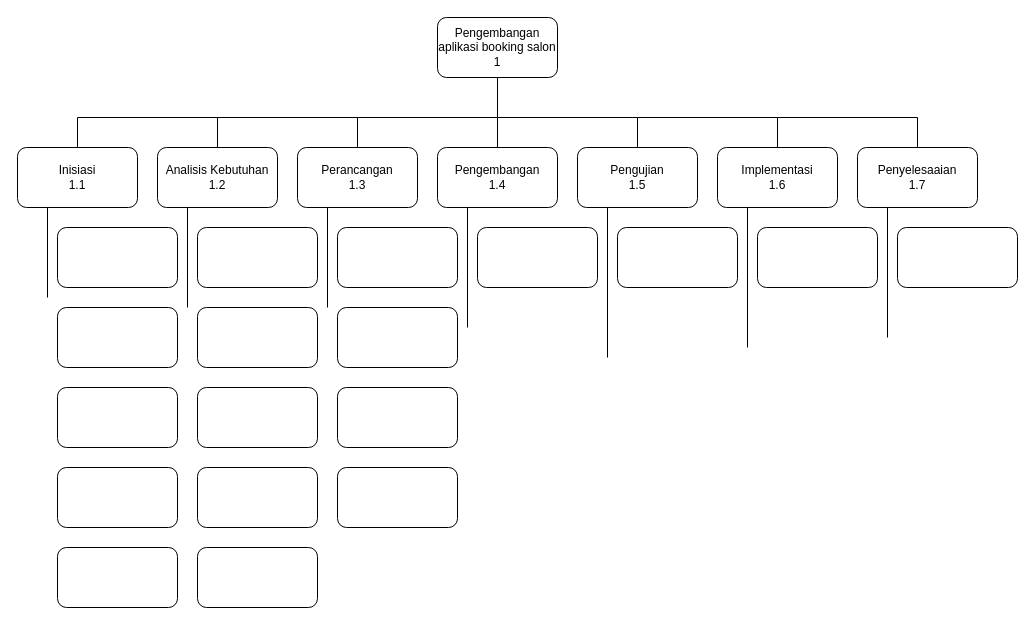
Earlier version of the draw.io diagram manpro.drawio (Nadanafisah676/Nadanafisah676). Source tidied: cells renumbered, new cells numbered last; positions are measured from the earlier drawing's top-left corner, leaving out a move shared by most shapes. Both pictures are drawn from the tidied source at 100%, with x=0, y=0 at pixel (17, 17).
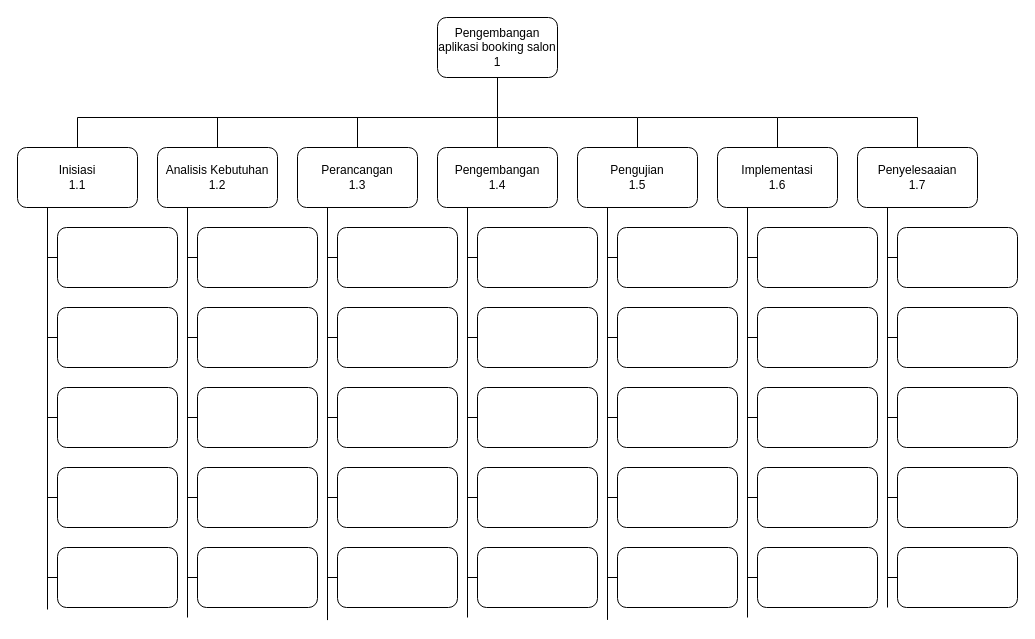
After the change.

The change refers to these unchanged cells:
```xml
<mxCell id="3" value="Perancangan&lt;div&gt;1.3&lt;/div&gt;" style="rounded=1;whiteSpace=wrap;html=1;" parent="1" vertex="1">
  <mxGeometry x="280" y="130" width="120" height="60" as="geometry" />
</mxCell>
<mxCell id="4" value="Pengembangan&lt;div&gt;1.4&lt;/div&gt;" style="rounded=1;whiteSpace=wrap;html=1;" parent="1" vertex="1">
  <mxGeometry x="420" y="130" width="120" height="60" as="geometry" />
</mxCell>
<mxCell id="5" value="Implementasi&lt;div&gt;1.6&lt;/div&gt;" style="rounded=1;whiteSpace=wrap;html=1;" parent="1" vertex="1">
  <mxGeometry x="700" y="130" width="120" height="60" as="geometry" />
</mxCell>
<mxCell id="6" value="Pengujian&lt;div&gt;1.5&lt;/div&gt;" style="rounded=1;whiteSpace=wrap;html=1;" parent="1" vertex="1">
  <mxGeometry x="560" y="130" width="120" height="60" as="geometry" />
</mxCell>
<mxCell id="7" value="Penyelesaaian&lt;div&gt;1.7&lt;/div&gt;" style="rounded=1;whiteSpace=wrap;html=1;" parent="1" vertex="1">
  <mxGeometry x="840" y="130" width="120" height="60" as="geometry" />
</mxCell>
<mxCell id="8" value="Inisiasi&lt;div&gt;1.1&lt;/div&gt;" style="rounded=1;whiteSpace=wrap;html=1;" parent="1" vertex="1">
  <mxGeometry y="130" width="120" height="60" as="geometry" />
</mxCell>
<mxCell id="9" value="Analisis Kebutuhan&lt;div&gt;1.2&lt;/div&gt;" style="rounded=1;whiteSpace=wrap;html=1;" parent="1" vertex="1">
  <mxGeometry x="140" y="130" width="120" height="60" as="geometry" />
</mxCell>
<mxCell id="18" style="rounded=1;whiteSpace=wrap;html=1;" parent="1" vertex="1">
  <mxGeometry x="40" y="210" width="120" height="60" as="geometry" />
</mxCell>
<mxCell id="19" style="rounded=1;whiteSpace=wrap;html=1;" parent="1" vertex="1">
  <mxGeometry x="180" y="210" width="120" height="60" as="geometry" />
</mxCell>
<mxCell id="21" style="rounded=1;whiteSpace=wrap;html=1;" parent="1" vertex="1">
  <mxGeometry x="460" y="210" width="120" height="60" as="geometry" />
</mxCell>
<mxCell id="22" style="rounded=1;whiteSpace=wrap;html=1;" parent="1" vertex="1">
  <mxGeometry x="600" y="210" width="120" height="60" as="geometry" />
</mxCell>
<mxCell id="23" style="rounded=1;whiteSpace=wrap;html=1;" parent="1" vertex="1">
  <mxGeometry x="740" y="210" width="120" height="60" as="geometry" />
</mxCell>
<mxCell id="24" style="rounded=1;whiteSpace=wrap;html=1;" parent="1" vertex="1">
  <mxGeometry x="880" y="210" width="120" height="60" as="geometry" />
</mxCell>
<mxCell id="32" style="rounded=1;whiteSpace=wrap;html=1;" parent="1" vertex="1">
  <mxGeometry x="40" y="290" width="120" height="60" as="geometry" />
</mxCell>
<mxCell id="33" style="rounded=1;whiteSpace=wrap;html=1;" parent="1" vertex="1">
  <mxGeometry x="40" y="370" width="120" height="60" as="geometry" />
</mxCell>
<mxCell id="34" style="rounded=1;whiteSpace=wrap;html=1;" parent="1" vertex="1">
  <mxGeometry x="40" y="450" width="120" height="60" as="geometry" />
</mxCell>
<mxCell id="35" style="rounded=1;whiteSpace=wrap;html=1;" parent="1" vertex="1">
  <mxGeometry x="40" y="530" width="120" height="60" as="geometry" />
</mxCell>
<mxCell id="36" style="rounded=1;whiteSpace=wrap;html=1;" parent="1" vertex="1">
  <mxGeometry x="180" y="290" width="120" height="60" as="geometry" />
</mxCell>
<mxCell id="37" style="rounded=1;whiteSpace=wrap;html=1;" parent="1" vertex="1">
  <mxGeometry x="180" y="370" width="120" height="60" as="geometry" />
</mxCell>
<mxCell id="38" style="rounded=1;whiteSpace=wrap;html=1;" parent="1" vertex="1">
  <mxGeometry x="180" y="450" width="120" height="60" as="geometry" />
</mxCell>
<mxCell id="39" style="rounded=1;whiteSpace=wrap;html=1;" parent="1" vertex="1">
  <mxGeometry x="180" y="530" width="120" height="60" as="geometry" />
</mxCell>
<mxCell id="40" style="rounded=1;whiteSpace=wrap;html=1;" parent="1" vertex="1">
  <mxGeometry x="320" y="290" width="120" height="60" as="geometry" />
</mxCell>
<mxCell id="41" style="rounded=1;whiteSpace=wrap;html=1;" parent="1" vertex="1">
  <mxGeometry x="320" y="370" width="120" height="60" as="geometry" />
</mxCell>
<mxCell id="42" style="rounded=1;whiteSpace=wrap;html=1;" parent="1" vertex="1">
  <mxGeometry x="320" y="450" width="120" height="60" as="geometry" />
</mxCell>
```

What changed in the source:
```diff
@@
     <mxCell id="25" style="endArrow=none;html=1;rounded=0;exitX=0.25;exitY=1;exitDx=0;exitDy=0;" parent="1" edge="1" source="8">
       <mxGeometry relative="1" as="geometry">
-        <mxPoint x="30" y="280" as="targetPoint" />
+        <mxPoint x="30" y="592" as="targetPoint" />
       </mxGeometry>
     </mxCell>
     <mxCell id="26" style="endArrow=none;html=1;rounded=0;exitX=0.25;exitY=1;exitDx=0;exitDy=0;" parent="1" edge="1" source="9">
       <mxGeometry relative="1" as="geometry">
-        <mxPoint x="170" y="290" as="targetPoint" />
+        <mxPoint x="170" y="600" as="targetPoint" />
       </mxGeometry>
     </mxCell>
     <mxCell id="27" style="endArrow=none;html=1;rounded=0;exitX=0.25;exitY=1;exitDx=0;exitDy=0;" parent="1" edge="1" source="3">
       <mxGeometry relative="1" as="geometry">
-        <mxPoint x="310" y="290" as="targetPoint" />
+        <mxPoint x="310" y="602.6" as="targetPoint" />
       </mxGeometry>
     </mxCell>
     <mxCell id="28" style="endArrow=none;html=1;rounded=0;exitX=0.25;exitY=1;exitDx=0;exitDy=0;" parent="1" edge="1" source="4">
       <mxGeometry relative="1" as="geometry">
-        <mxPoint x="450" y="310" as="targetPoint" />
+        <mxPoint x="450" y="600" as="targetPoint" />
       </mxGeometry>
     </mxCell>
     <mxCell id="29" style="endArrow=none;html=1;rounded=0;exitX=0.25;exitY=1;exitDx=0;exitDy=0;" parent="1" edge="1" source="6">
       <mxGeometry relative="1" as="geometry">
-        <mxPoint x="590" y="340" as="targetPoint" />
+        <mxPoint x="590" y="602.4" as="targetPoint" />
       </mxGeometry>
     </mxCell>
     <mxCell id="30" style="endArrow=none;html=1;rounded=0;exitX=0.25;exitY=1;exitDx=0;exitDy=0;" parent="1" edge="1" source="5">
       <mxGeometry relative="1" as="geometry">
-        <mxPoint x="730" y="330" as="targetPoint" />
+        <mxPoint x="730" y="600" as="targetPoint" />
       </mxGeometry>
     </mxCell>
     <mxCell id="31" style="endArrow=none;html=1;rounded=0;exitX=0.25;exitY=1;exitDx=0;exitDy=0;" parent="1" edge="1" source="7">
       <mxGeometry relative="1" as="geometry">
-        <mxPoint x="870" y="320" as="targetPoint" />
+        <mxPoint x="870" y="590" as="targetPoint" />
       </mxGeometry>
     </mxCell>
@@
+    <mxCell id="43" style="rounded=1;whiteSpace=wrap;html=1;" parent="1" vertex="1">
+      <mxGeometry x="320" y="530" width="120" height="60" as="geometry" />
+    </mxCell>
+    <mxCell id="44" style="endArrow=none;html=1;rounded=0;entryX=0;entryY=0.5;entryDx=0;entryDy=0;" parent="1" edge="1" target="18">
+      <mxGeometry relative="1" as="geometry">
+        <mxPoint x="30" y="240" as="sourcePoint" />
+      </mxGeometry>
+    </mxCell>
+    <mxCell id="45" style="endArrow=none;html=1;rounded=0;entryX=0;entryY=0.5;entryDx=0;entryDy=0;" parent="1" edge="1" target="32">
+      <mxGeometry relative="1" as="geometry">
+        <mxPoint x="30" y="320" as="sourcePoint" />
+      </mxGeometry>
+    </mxCell>
+    <mxCell id="46" style="endArrow=none;html=1;rounded=0;entryX=0;entryY=0.5;entryDx=0;entryDy=0;" parent="1" edge="1" target="33">
+      <mxGeometry relative="1" as="geometry">
+        <mxPoint x="30" y="400" as="sourcePoint" />
+      </mxGeometry>
+    </mxCell>
+    <mxCell id="47" style="endArrow=none;html=1;rounded=0;entryX=0;entryY=0.5;entryDx=0;entryDy=0;" parent="1" edge="1" target="34">
+      <mxGeometry relative="1" as="geometry">
+        <mxPoint x="30" y="480" as="sourcePoint" />
+      </mxGeometry>
+    </mxCell>
+    <mxCell id="48" style="endArrow=none;html=1;rounded=0;entryX=0;entryY=0.5;entryDx=0;entryDy=0;" parent="1" edge="1" target="35">
+      <mxGeometry relative="1" as="geometry">
+        <mxPoint x="30" y="560" as="sourcePoint" />
+      </mxGeometry>
+    </mxCell>
+    <mxCell id="49" style="rounded=1;whiteSpace=wrap;html=1;" parent="1" vertex="1">
+      <mxGeometry x="460" y="290" width="120" height="60" as="geometry" />
+    </mxCell>
+    <mxCell id="50" style="rounded=1;whiteSpace=wrap;html=1;" parent="1" vertex="1">
+      <mxGeometry x="460" y="370" width="120" height="60" as="geometry" />
+    </mxCell>
+    <mxCell id="51" style="rounded=1;whiteSpace=wrap;html=1;" parent="1" vertex="1">
+      <mxGeometry x="460" y="450" width="120" height="60" as="geometry" />
+    </mxCell>
+    <mxCell id="52" style="rounded=1;whiteSpace=wrap;html=1;" parent="1" vertex="1">
+      <mxGeometry x="460" y="530" width="120" height="60" as="geometry" />
+    </mxCell>
+    <mxCell id="53" style="rounded=1;whiteSpace=wrap;html=1;" parent="1" vertex="1">
+      <mxGeometry x="600" y="290" width="120" height="60" as="geometry" />
+    </mxCell>
+    <mxCell id="54" style="rounded=1;whiteSpace=wrap;html=1;" parent="1" vertex="1">
+      <mxGeometry x="600" y="370" width="120" height="60" as="geometry" />
+    </mxCell>
+    <mxCell id="55" style="rounded=1;whiteSpace=wrap;html=1;" parent="1" vertex="1">
+      <mxGeometry x="600" y="450" width="120" height="60" as="geometry" />
+    </mxCell>
+    <mxCell id="56" style="rounded=1;whiteSpace=wrap;html=1;" parent="1" vertex="1">
+      <mxGeometry x="600" y="530" width="120" height="60" as="geometry" />
+    </mxCell>
+    <mxCell id="57" style="rounded=1;whiteSpace=wrap;html=1;" parent="1" vertex="1">
+      <mxGeometry x="740" y="290" width="120" height="60" as="geometry" />
+    </mxCell>
+    <mxCell id="58" style="rounded=1;whiteSpace=wrap;html=1;" parent="1" vertex="1">
+      <mxGeometry x="740" y="370" width="120" height="60" as="geometry" />
+    </mxCell>
+    <mxCell id="59" style="rounded=1;whiteSpace=wrap;html=1;" parent="1" vertex="1">
+      <mxGeometry x="740" y="450" width="120" height="60" as="geometry" />
+    </mxCell>
+    <mxCell id="60" style="rounded=1;whiteSpace=wrap;html=1;" parent="1" vertex="1">
+      <mxGeometry x="740" y="530" width="120" height="60" as="geometry" />
+    </mxCell>
+    <mxCell id="61" style="rounded=1;whiteSpace=wrap;html=1;" parent="1" vertex="1">
+      <mxGeometry x="880" y="290" width="120" height="60" as="geometry" />
+    </mxCell>
+    <mxCell id="62" style="rounded=1;whiteSpace=wrap;html=1;" parent="1" vertex="1">
+      <mxGeometry x="880" y="370" width="120" height="60" as="geometry" />
+    </mxCell>
+    <mxCell id="63" style="rounded=1;whiteSpace=wrap;html=1;" parent="1" vertex="1">
+      <mxGeometry x="880" y="450" width="120" height="60" as="geometry" />
+    </mxCell>
+    <mxCell id="64" style="rounded=1;whiteSpace=wrap;html=1;" parent="1" vertex="1">
+      <mxGeometry x="880" y="530" width="120" height="60" as="geometry" />
+    </mxCell>
+    <mxCell id="65" style="endArrow=none;html=1;rounded=0;entryX=0;entryY=0.5;entryDx=0;entryDy=0;" parent="1" edge="1" target="19">
+      <mxGeometry relative="1" as="geometry">
+        <mxPoint x="170" y="240" as="sourcePoint" />
+      </mxGeometry>
+    </mxCell>
+    <mxCell id="66" style="endArrow=none;html=1;rounded=0;entryX=0;entryY=0.5;entryDx=0;entryDy=0;" parent="1" edge="1" target="36">
+      <mxGeometry relative="1" as="geometry">
+        <mxPoint x="170" y="320" as="sourcePoint" />
+      </mxGeometry>
+    </mxCell>
+    <mxCell id="67" style="endArrow=none;html=1;rounded=0;entryX=0;entryY=0.5;entryDx=0;entryDy=0;" parent="1" edge="1" target="37">
+      <mxGeometry relative="1" as="geometry">
+        <mxPoint x="170" y="400" as="sourcePoint" />
+      </mxGeometry>
+    </mxCell>
+    <mxCell id="68" style="endArrow=none;html=1;rounded=0;entryX=0;entryY=0.5;entryDx=0;entryDy=0;" parent="1" edge="1" target="38">
+      <mxGeometry relative="1" as="geometry">
+        <mxPoint x="170" y="480" as="sourcePoint" />
+      </mxGeometry>
+    </mxCell>
+    <mxCell id="69" style="endArrow=none;html=1;rounded=0;entryX=0;entryY=0.5;entryDx=0;entryDy=0;" parent="1" edge="1" target="39">
+      <mxGeometry relative="1" as="geometry">
+        <mxPoint x="170" y="560" as="sourcePoint" />
+      </mxGeometry>
+    </mxCell>
+    <mxCell id="70" style="endArrow=none;html=1;rounded=0;" parent="1" edge="1">
+      <mxGeometry relative="1" as="geometry">
+        <mxPoint x="310" y="240" as="sourcePoint" />
+        <mxPoint x="320" y="240" as="targetPoint" />
+      </mxGeometry>
+    </mxCell>
+    <mxCell id="71" style="endArrow=none;html=1;rounded=0;entryX=0;entryY=0.5;entryDx=0;entryDy=0;" parent="1" edge="1" target="40">
+      <mxGeometry relative="1" as="geometry">
+        <mxPoint x="310" y="320" as="sourcePoint" />
+      </mxGeometry>
+    </mxCell>
+    <mxCell id="72" style="endArrow=none;html=1;rounded=0;entryX=0;entryY=0.5;entryDx=0;entryDy=0;" parent="1" edge="1" target="41">
+      <mxGeometry relative="1" as="geometry">
+        <mxPoint x="310" y="400" as="sourcePoint" />
+      </mxGeometry>
+    </mxCell>
+    <mxCell id="73" style="endArrow=none;html=1;rounded=0;entryX=0;entryY=0.5;entryDx=0;entryDy=0;" parent="1" edge="1" target="42">
+      <mxGeometry relative="1" as="geometry">
+        <mxPoint x="310" y="480" as="sourcePoint" />
+      </mxGeometry>
+    </mxCell>
+    <mxCell id="74" style="endArrow=none;html=1;rounded=0;entryX=0;entryY=0.5;entryDx=0;entryDy=0;" parent="1" edge="1" target="43">
+      <mxGeometry relative="1" as="geometry">
+        <mxPoint x="310" y="560" as="sourcePoint" />
+      </mxGeometry>
+    </mxCell>
+    <mxCell id="75" style="endArrow=none;html=1;rounded=0;entryX=0;entryY=0.5;entryDx=0;entryDy=0;" parent="1" edge="1" target="21">
+      <mxGeometry relative="1" as="geometry">
+        <mxPoint x="450" y="240" as="sourcePoint" />
+      </mxGeometry>
+    </mxCell>
+    <mxCell id="76" style="endArrow=none;html=1;rounded=0;entryX=0;entryY=0.5;entryDx=0;entryDy=0;" parent="1" edge="1" target="49">
+      <mxGeometry relative="1" as="geometry">
+        <mxPoint x="450" y="320" as="sourcePoint" />
+      </mxGeometry>
+    </mxCell>
+    <mxCell id="77" style="endArrow=none;html=1;rounded=0;entryX=0;entryY=0.5;entryDx=0;entryDy=0;" parent="1" edge="1" target="50">
+      <mxGeometry relative="1" as="geometry">
+        <mxPoint x="450" y="400" as="sourcePoint" />
+      </mxGeometry>
+    </mxCell>
+    <mxCell id="78" style="endArrow=none;html=1;rounded=0;entryX=0;entryY=0.5;entryDx=0;entryDy=0;" parent="1" edge="1" target="51">
+      <mxGeometry relative="1" as="geometry">
+        <mxPoint x="450" y="480" as="sourcePoint" />
+      </mxGeometry>
+    </mxCell>
+    <mxCell id="79" style="endArrow=none;html=1;rounded=0;entryX=0;entryY=0.5;entryDx=0;entryDy=0;" parent="1" edge="1" target="52">
+      <mxGeometry relative="1" as="geometry">
+        <mxPoint x="450" y="560" as="sourcePoint" />
+      </mxGeometry>
+    </mxCell>
+    <mxCell id="80" style="endArrow=none;html=1;rounded=0;entryX=0;entryY=0.5;entryDx=0;entryDy=0;" parent="1" edge="1" target="22">
+      <mxGeometry relative="1" as="geometry">
+        <mxPoint x="590" y="240" as="sourcePoint" />
+      </mxGeometry>
+    </mxCell>
+    <mxCell id="81" style="endArrow=none;html=1;rounded=0;entryX=0;entryY=0.5;entryDx=0;entryDy=0;" parent="1" edge="1" target="53">
+      <mxGeometry relative="1" as="geometry">
+        <mxPoint x="590" y="320" as="sourcePoint" />
+      </mxGeometry>
+    </mxCell>
+    <mxCell id="82" style="endArrow=none;html=1;rounded=0;" parent="1" edge="1">
+      <mxGeometry relative="1" as="geometry">
+        <mxPoint x="590" y="400" as="sourcePoint" />
+        <mxPoint x="600" y="400" as="targetPoint" />
+      </mxGeometry>
+    </mxCell>
+    <mxCell id="83" style="endArrow=none;html=1;rounded=0;" parent="1" edge="1">
+      <mxGeometry relative="1" as="geometry">
+        <mxPoint x="590" y="480" as="sourcePoint" />
+        <mxPoint x="600" y="480" as="targetPoint" />
+      </mxGeometry>
+    </mxCell>
+    <mxCell id="84" style="endArrow=none;html=1;rounded=0;entryX=0;entryY=0.5;entryDx=0;entryDy=0;" parent="1" edge="1" target="56">
+      <mxGeometry relative="1" as="geometry">
+        <mxPoint x="590" y="560" as="sourcePoint" />
+      </mxGeometry>
+    </mxCell>
+    <mxCell id="85" style="endArrow=none;html=1;rounded=0;entryX=0;entryY=0.5;entryDx=0;entryDy=0;" parent="1" edge="1" target="23">
+      <mxGeometry relative="1" as="geometry">
+        <mxPoint x="730" y="240" as="sourcePoint" />
+      </mxGeometry>
+    </mxCell>
+    <mxCell id="86" style="endArrow=none;html=1;rounded=0;entryX=0;entryY=0.5;entryDx=0;entryDy=0;" parent="1" edge="1" target="24">
+      <mxGeometry relative="1" as="geometry">
+        <mxPoint x="870" y="240" as="sourcePoint" />
+      </mxGeometry>
+    </mxCell>
+    <mxCell id="87" style="endArrow=none;html=1;rounded=0;entryX=0;entryY=0.5;entryDx=0;entryDy=0;" parent="1" edge="1" target="57">
+      <mxGeometry relative="1" as="geometry">
+        <mxPoint x="730" y="320" as="sourcePoint" />
+      </mxGeometry>
+    </mxCell>
+    <mxCell id="88" style="endArrow=none;html=1;rounded=0;entryX=0;entryY=0.5;entryDx=0;entryDy=0;" parent="1" edge="1" target="61">
+      <mxGeometry relative="1" as="geometry">
+        <mxPoint x="870" y="320" as="sourcePoint" />
+      </mxGeometry>
+    </mxCell>
+    <mxCell id="89" style="endArrow=none;html=1;rounded=0;" parent="1" edge="1">
+      <mxGeometry relative="1" as="geometry">
+        <mxPoint x="730" y="400" as="sourcePoint" />
+        <mxPoint x="740" y="400" as="targetPoint" />
+      </mxGeometry>
+    </mxCell>
+    <mxCell id="90" style="endArrow=none;html=1;rounded=0;entryX=0;entryY=0.5;entryDx=0;entryDy=0;" parent="1" edge="1" target="62">
+      <mxGeometry relative="1" as="geometry">
+        <mxPoint x="870" y="400" as="sourcePoint" />
+      </mxGeometry>
+    </mxCell>
+    <mxCell id="91" style="endArrow=none;html=1;rounded=0;entryX=0;entryY=0.5;entryDx=0;entryDy=0;" parent="1" edge="1" target="59">
+      <mxGeometry relative="1" as="geometry">
+        <mxPoint x="730" y="480" as="sourcePoint" />
+      </mxGeometry>
+    </mxCell>
+    <mxCell id="92" style="endArrow=none;html=1;rounded=0;entryX=0;entryY=0.5;entryDx=0;entryDy=0;" parent="1" edge="1" target="63">
+      <mxGeometry relative="1" as="geometry">
+        <mxPoint x="870" y="480" as="sourcePoint" />
+      </mxGeometry>
+    </mxCell>
+    <mxCell id="93" style="endArrow=none;html=1;rounded=0;entryX=0;entryY=0.5;entryDx=0;entryDy=0;" parent="1" edge="1" target="60">
+      <mxGeometry relative="1" as="geometry">
+        <mxPoint x="730" y="560" as="sourcePoint" />
+      </mxGeometry>
+    </mxCell>
+    <mxCell id="94" style="endArrow=none;html=1;rounded=0;entryX=0;entryY=0.5;entryDx=0;entryDy=0;" parent="1" edge="1" target="64">
+      <mxGeometry relative="1" as="geometry">
+        <mxPoint x="870" y="560" as="sourcePoint" />
+      </mxGeometry>
+    </mxCell>
```
